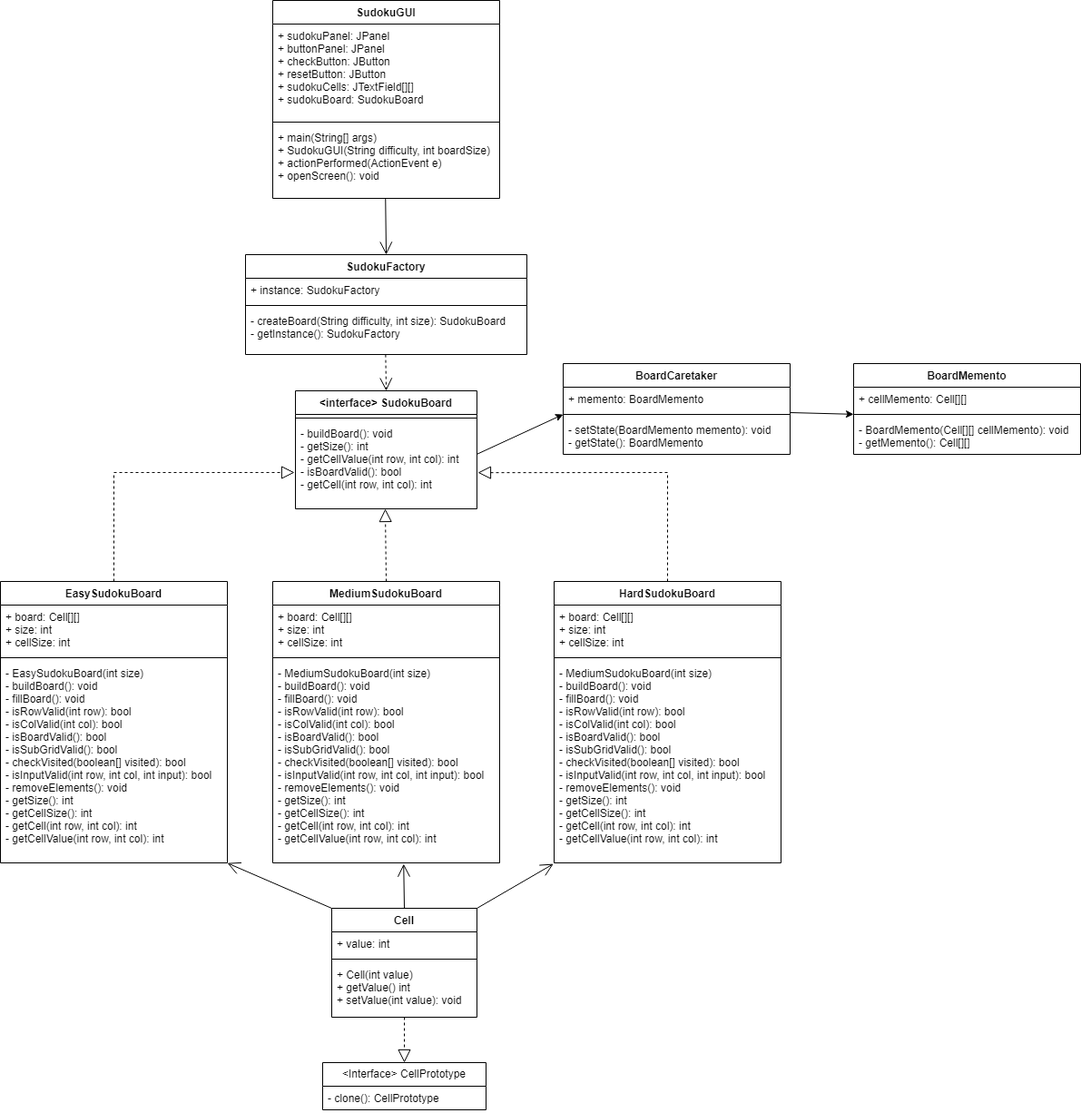
BrendanD7/Sudoku-DesignPatterns keeps this draw.io diagram as data/Memento-UML.png. Above is the earlier version. Source tidied: cells renumbered, new cells last; positions are measured from the earlier drawing's top-left corner, leaving out a move shared by most shapes.
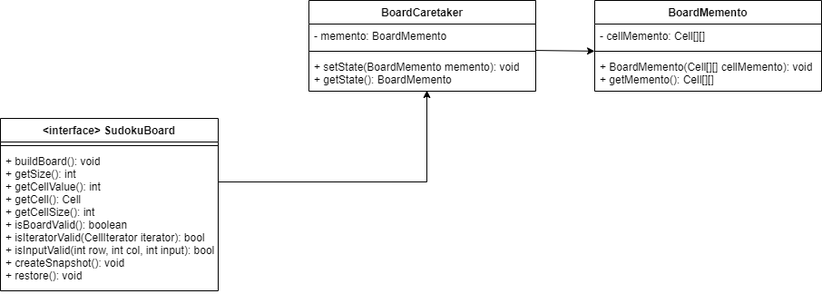
Above is the later version.

The edit, as a diff of the source:
```diff
@@ -2,165 +2,48 @@
   <root>
     <mxCell id="0" />
     <mxCell id="1" parent="0" />
-    <mxCell id="2" value="EasySudokuBoard" style="swimlane;fontStyle=1;align=center;verticalAlign=top;horizontal=1;startSize=26;" parent="1" vertex="1">
-      <mxGeometry y="640" width="250" height="310" as="geometry" />
-    </mxCell>
-    <mxCell id="3" value="+ board: Cell[][]&#10;+ size: int&#10;+ cellSize: int" style="text;strokeColor=none;fillColor=none;align=left;verticalAlign=top;spacingLeft=4;spacingRight=4;overflow=hidden;" parent="2" vertex="1">
-      <mxGeometry y="26" width="250" height="54" as="geometry" />
-    </mxCell>
-    <mxCell id="4" style="line;strokeWidth=1;fillColor=none;align=left;verticalAlign=middle;spacingTop=-1;spacingLeft=3;spacingRight=3;labelPosition=right;strokeColor=inherit;" parent="2" vertex="1">
-      <mxGeometry y="80" width="250" height="8" as="geometry" />
-    </mxCell>
-    <mxCell id="5" value="- EasySudokuBoard(int size)&#10;- buildBoard(): void&#10;- fillBoard(): void&#10;- isRowValid(int row): bool&#10;- isColValid(int col): bool&#10;- isBoardValid(): bool&#10;- isSubGridValid(): bool&#10;- checkVisited(boolean[] visited): bool&#10;- isInputValid(int row, int col, int input): bool&#10;- removeElements(): void&#10;- getSize(): int&#10;- getCellSize(): int&#10;- getCell(int row, int col): int&#10;- getCellValue(int row, int col): int&#10;" style="text;strokeColor=none;fillColor=none;align=left;verticalAlign=top;spacingLeft=4;spacingRight=4;overflow=hidden;points=[[0,0.5],[1,0.5]];portConstraint=eastwest;" parent="2" vertex="1">
-      <mxGeometry y="88" width="250" height="222" as="geometry" />
-    </mxCell>
-    <mxCell id="6" value="MediumSudokuBoard" style="swimlane;fontStyle=1;align=center;verticalAlign=top;horizontal=1;startSize=26;" parent="1" vertex="1">
-      <mxGeometry x="300" y="640" width="250" height="310" as="geometry" />
-    </mxCell>
-    <mxCell id="7" value="+ board: Cell[][]&#10;+ size: int&#10;+ cellSize: int" style="text;strokeColor=none;fillColor=none;align=left;verticalAlign=top;spacingLeft=4;spacingRight=4;overflow=hidden;" parent="6" vertex="1">
-      <mxGeometry y="26" width="250" height="54" as="geometry" />
-    </mxCell>
-    <mxCell id="8" style="line;strokeWidth=1;fillColor=none;align=left;verticalAlign=middle;spacingTop=-1;spacingLeft=3;spacingRight=3;labelPosition=right;strokeColor=inherit;" parent="6" vertex="1">
-      <mxGeometry y="80" width="250" height="8" as="geometry" />
-    </mxCell>
-    <mxCell id="9" value="- MediumSudokuBoard(int size)&#10;- buildBoard(): void&#10;- fillBoard(): void&#10;- isRowValid(int row): bool&#10;- isColValid(int col): bool&#10;- isBoardValid(): bool&#10;- isSubGridValid(): bool&#10;- checkVisited(boolean[] visited): bool&#10;- isInputValid(int row, int col, int input): bool&#10;- removeElements(): void&#10;- getSize(): int&#10;- getCellSize(): int&#10;- getCell(int row, int col): int&#10;- getCellValue(int row, int col): int&#10;" style="text;strokeColor=none;fillColor=none;align=left;verticalAlign=top;spacingLeft=4;spacingRight=4;overflow=hidden;points=[[0,0.5],[1,0.5]];portConstraint=eastwest;" parent="6" vertex="1">
-      <mxGeometry y="88" width="250" height="222" as="geometry" />
-    </mxCell>
-    <mxCell id="10" value="HardSudokuBoard" style="swimlane;fontStyle=1;align=center;verticalAlign=top;horizontal=1;startSize=26;" parent="1" vertex="1">
-      <mxGeometry x="610" y="640" width="250" height="310" as="geometry" />
-    </mxCell>
-    <mxCell id="11" value="+ board: Cell[][]&#10;+ size: int&#10;+ cellSize: int" style="text;strokeColor=none;fillColor=none;align=left;verticalAlign=top;spacingLeft=4;spacingRight=4;overflow=hidden;" parent="10" vertex="1">
-      <mxGeometry y="26" width="250" height="54" as="geometry" />
-    </mxCell>
-    <mxCell id="12" style="line;strokeWidth=1;fillColor=none;align=left;verticalAlign=middle;spacingTop=-1;spacingLeft=3;spacingRight=3;labelPosition=right;strokeColor=inherit;" parent="10" vertex="1">
-      <mxGeometry y="80" width="250" height="8" as="geometry" />
-    </mxCell>
-    <mxCell id="13" value="- MediumSudokuBoard(int size)&#10;- buildBoard(): void&#10;- fillBoard(): void&#10;- isRowValid(int row): bool&#10;- isColValid(int col): bool&#10;- isBoardValid(): bool&#10;- isSubGridValid(): bool&#10;- checkVisited(boolean[] visited): bool&#10;- isInputValid(int row, int col, int input): bool&#10;- removeElements(): void&#10;- getSize(): int&#10;- getCellSize(): int&#10;- getCell(int row, int col): int&#10;- getCellValue(int row, int col): int&#10;" style="text;strokeColor=none;fillColor=none;align=left;verticalAlign=top;spacingLeft=4;spacingRight=4;overflow=hidden;points=[[0,0.5],[1,0.5]];portConstraint=eastwest;" parent="10" vertex="1">
-      <mxGeometry y="88" width="250" height="222" as="geometry" />
-    </mxCell>
     <mxCell id="14" value="&lt;interface&gt; SudokuBoard" style="swimlane;fontStyle=1;align=center;verticalAlign=top;horizontal=1;startSize=26;" parent="1" vertex="1">
-      <mxGeometry x="325" y="430" width="200" height="130" as="geometry" />
+      <mxGeometry x="670" y="-330" width="240" height="190" as="geometry" />
     </mxCell>
-    <mxCell id="15" style="line;strokeWidth=1;fillColor=none;align=left;verticalAlign=middle;spacingTop=-1;spacingLeft=3;spacingRight=3;labelPosition=right;strokeColor=inherit;" parent="14" vertex="1">
-      <mxGeometry y="26" width="200" height="8" as="geometry" />
-    </mxCell>
-    <mxCell id="16" value="- buildBoard(): void&#10;- getSize(): int&#10;- getCellValue(int row, int col): int&#10;- isBoardValid(): bool&#10;- getCell(int row, int col): int" style="text;strokeColor=none;fillColor=none;align=left;verticalAlign=top;spacingLeft=4;spacingRight=4;overflow=hidden;points=[[0,0.5],[1,0.5]];portConstraint=eastwest;" parent="14" vertex="1">
-      <mxGeometry y="34" width="200" height="96" as="geometry" />
-    </mxCell>
-    <mxCell id="17" value="Cell" style="swimlane;fontStyle=1;align=center;verticalAlign=top;horizontal=1;startSize=26;" parent="1" vertex="1">
-      <mxGeometry x="365" y="1000" width="160" height="120" as="geometry" />
-    </mxCell>
-    <mxCell id="18" value="+ value: int" style="text;strokeColor=none;fillColor=none;align=left;verticalAlign=top;spacingLeft=4;spacingRight=4;overflow=hidden;" parent="17" vertex="1">
-      <mxGeometry y="26" width="160" height="26" as="geometry" />
-    </mxCell>
-    <mxCell id="19" style="line;strokeWidth=1;fillColor=none;align=left;verticalAlign=middle;spacingTop=-1;spacingLeft=3;spacingRight=3;labelPosition=right;strokeColor=inherit;" parent="17" vertex="1">
-      <mxGeometry y="52" width="160" height="8" as="geometry" />
-    </mxCell>
-    <mxCell id="20" value="+ Cell(int value)&#10;+ getValue() int&#10;+ setValue(int value): void" style="text;strokeColor=none;fillColor=none;align=left;verticalAlign=top;spacingLeft=4;spacingRight=4;overflow=hidden;" parent="17" vertex="1">
-      <mxGeometry y="60" width="160" height="60" as="geometry" />
-    </mxCell>
-    <mxCell id="21" value="SudokuGUI" style="swimlane;fontStyle=1;align=center;verticalAlign=top;horizontal=1;startSize=26;" parent="1" vertex="1">
-      <mxGeometry x="300" width="250" height="218" as="geometry" />
-    </mxCell>
-    <mxCell id="22" value="+ sudokuPanel: JPanel&#10;+ buttonPanel: JPanel&#10;+ checkButton: JButton&#10;+ resetButton: JButton&#10;+ sudokuCells: JTextField[][]&#10;+ sudokuBoard: SudokuBoard" style="text;strokeColor=none;fillColor=none;align=left;verticalAlign=top;spacingLeft=4;spacingRight=4;overflow=hidden;" parent="21" vertex="1">
-      <mxGeometry y="26" width="250" height="104" as="geometry" />
-    </mxCell>
-    <mxCell id="23" style="line;strokeWidth=1;fillColor=none;align=left;verticalAlign=middle;spacingTop=-1;spacingLeft=3;spacingRight=3;labelPosition=right;strokeColor=inherit;" parent="21" vertex="1">
-      <mxGeometry y="130" width="250" height="8" as="geometry" />
-    </mxCell>
-    <mxCell id="24" value="+ main(String[] args)&#10;+ SudokuGUI(String difficulty, int boardSize)&#10;+ actionPerformed(ActionEvent e)&#10;+ openScreen(): void" style="text;strokeColor=none;fillColor=none;align=left;verticalAlign=top;spacingLeft=4;spacingRight=4;overflow=hidden;points=[[0,0.5],[1,0.5]];portConstraint=eastwest;" parent="21" vertex="1">
-      <mxGeometry y="138" width="250" height="80" as="geometry" />
-    </mxCell>
-    <mxCell id="25" style="endArrow=block;dashed=1;endFill=0;endSize=12;html=1;rounded=0;entryX=0.495;entryY=1;entryDx=0;entryDy=0;entryPerimeter=0;exitX=0.5;exitY=0;exitDx=0;exitDy=0;" parent="1" edge="1" source="6" target="16">
-      <mxGeometry relative="1" as="geometry" />
-    </mxCell>
-    <mxCell id="26" style="endArrow=block;dashed=1;endFill=0;endSize=12;html=1;rounded=0;exitX=0.5;exitY=0;exitDx=0;exitDy=0;entryX=1.005;entryY=0.585;entryDx=0;entryDy=0;entryPerimeter=0;" parent="1" edge="1" source="10" target="16">
-      <mxGeometry relative="1" as="geometry">
-        <Array as="points">
-          <mxPoint x="735" y="520" />
-        </Array>
-      </mxGeometry>
-    </mxCell>
-    <mxCell id="27" style="endArrow=block;dashed=1;endFill=0;endSize=12;html=1;rounded=0;entryX=-0.005;entryY=0.583;entryDx=0;entryDy=0;exitX=0.5;exitY=0;exitDx=0;exitDy=0;entryPerimeter=0;" parent="1" edge="1" source="2" target="16">
-      <mxGeometry relative="1" as="geometry">
-        <Array as="points">
-          <mxPoint x="125" y="520" />
-        </Array>
-      </mxGeometry>
-    </mxCell>
-    <mxCell id="28" style="endArrow=open;endSize=12;dashed=1;html=1;rounded=0;exitX=0.498;exitY=1.003;exitDx=0;exitDy=0;exitPerimeter=0;entryX=0.5;entryY=0;entryDx=0;entryDy=0;" parent="1" edge="1" source="36" target="14">
-      <mxGeometry relative="1" as="geometry" />
-    </mxCell>
-    <mxCell id="29" style="endArrow=open;endFill=1;endSize=12;html=1;rounded=0;exitX=0.497;exitY=1.003;exitDx=0;exitDy=0;exitPerimeter=0;entryX=0.5;entryY=0;entryDx=0;entryDy=0;" parent="1" edge="1" source="24">
-      <mxGeometry relative="1" as="geometry">
-        <mxPoint x="425" y="280" as="targetPoint" />
-      </mxGeometry>
-    </mxCell>
-    <mxCell id="30" style="endArrow=open;endFill=1;endSize=12;html=1;rounded=0;exitX=0;exitY=0;exitDx=0;exitDy=0;entryX=1;entryY=1.001;entryDx=0;entryDy=0;entryPerimeter=0;" parent="1" edge="1" source="17" target="5">
-      <mxGeometry relative="1" as="geometry" />
-    </mxCell>
-    <mxCell id="31" style="endArrow=open;endFill=1;endSize=12;html=1;rounded=0;exitX=0.5;exitY=0;exitDx=0;exitDy=0;entryX=0.577;entryY=1.005;entryDx=0;entryDy=0;entryPerimeter=0;" parent="1" edge="1" source="17" target="9">
-      <mxGeometry relative="1" as="geometry" />
-    </mxCell>
-    <mxCell id="32" style="endArrow=open;endFill=1;endSize=12;html=1;rounded=0;exitX=1;exitY=0;exitDx=0;exitDy=0;entryX=-0.003;entryY=1.005;entryDx=0;entryDy=0;entryPerimeter=0;" parent="1" edge="1" source="17" target="13">
-      <mxGeometry relative="1" as="geometry" />
-    </mxCell>
-    <mxCell id="33" value="SudokuFactory" style="swimlane;fontStyle=1;align=center;verticalAlign=top;horizontal=1;startSize=26;" parent="1" vertex="1">
-      <mxGeometry x="270" y="280" width="310" height="110" as="geometry" />
-    </mxCell>
-    <mxCell id="34" value="+ instance: SudokuFactory" style="text;strokeColor=none;fillColor=none;align=left;verticalAlign=top;spacingLeft=4;spacingRight=4;overflow=hidden;" parent="33" vertex="1">
-      <mxGeometry y="26" width="310" height="26" as="geometry" />
-    </mxCell>
-    <mxCell id="35" style="line;strokeWidth=1;fillColor=none;align=left;verticalAlign=middle;spacingTop=-1;spacingLeft=3;spacingRight=3;labelPosition=right;strokeColor=inherit;" parent="33" vertex="1">
-      <mxGeometry y="52" width="310" height="8" as="geometry" />
-    </mxCell>
-    <mxCell id="36" value="- createBoard(String difficulty, int size): SudokuBoard&#10;- getInstance(): SudokuFactory&#10;" style="text;strokeColor=none;fillColor=none;align=left;verticalAlign=top;spacingLeft=4;spacingRight=4;overflow=hidden;points=[[0,0.5],[1,0.5]];portConstraint=eastwest;" parent="33" vertex="1">
-      <mxGeometry y="60" width="310" height="50" as="geometry" />
-    </mxCell>
-    <mxCell id="37" value="&amp;lt;Interface&amp;gt; CellPrototype" style="swimlane;fontStyle=0;horizontal=1;startSize=26;fillColor=none;whiteSpace=wrap;html=1;" parent="1" vertex="1">
-      <mxGeometry x="355" y="1170" width="180" height="52" as="geometry" />
-    </mxCell>
-    <mxCell id="38" value="- clone(): CellPrototype" style="text;strokeColor=none;fillColor=none;align=left;verticalAlign=top;spacingLeft=4;spacingRight=4;overflow=hidden;whiteSpace=wrap;html=1;" parent="37" vertex="1">
-      <mxGeometry y="26" width="180" height="26" as="geometry" />
-    </mxCell>
-    <mxCell id="39" style="endArrow=block;dashed=1;endFill=0;endSize=12;html=1;rounded=0;entryX=0.5;entryY=0;entryDx=0;entryDy=0;" parent="1" edge="1" target="37">
-      <mxGeometry relative="1" as="geometry">
-        <mxPoint x="445" y="1120" as="sourcePoint" />
-      </mxGeometry>
-    </mxCell>
+    <mxCell id="50" style="line;strokeWidth=1;fillColor=none;align=left;verticalAlign=middle;spacingTop=-1;spacingLeft=3;spacingRight=3;labelPosition=right;strokeColor=inherit;" parent="14" vertex="1">
+      <mxGeometry y="26" width="240" height="8" as="geometry" />
+    </mxCell>
+    <mxCell id="51" value="+ buildBoard(): void&#10;+ getSize(): int&#10;+ getCellValue(): int&#10;+ getCell(): Cell&#10;+ getCellSize(): int&#10;+ isBoardValid(): boolean&#10;+ isIteratorValid(CellIterator iterator): bool&#10;+ isInputValid(int row, int col, int input): bool&#10;+ createSnapshot(): void&#10;+ restore(): void " style="text;strokeColor=none;fillColor=none;align=left;verticalAlign=top;spacingLeft=4;spacingRight=4;overflow=hidden;points=[[0,0.5],[1,0.5]];portConstraint=eastwest;" parent="14" vertex="1">
+      <mxGeometry y="34" width="240" height="156" as="geometry" />
+    </mxCell>
     <mxCell id="40" value="BoardCaretaker" style="swimlane;fontStyle=1;align=center;verticalAlign=top;horizontal=1;startSize=26;whiteSpace=wrap;html=1;" parent="1" vertex="1">
-      <mxGeometry x="620" y="400" width="250" height="100" as="geometry" />
+      <mxGeometry x="1010" y="-460" width="250" height="100" as="geometry" />
     </mxCell>
-    <mxCell id="41" value="+ memento: BoardMemento" style="text;strokeColor=none;fillColor=none;align=left;verticalAlign=top;spacingLeft=4;spacingRight=4;overflow=hidden;whiteSpace=wrap;html=1;" parent="40" vertex="1">
-      <mxGeometry y="26" width="250" height="26" as="geometry" />
-    </mxCell>
-    <mxCell id="42" style="line;strokeWidth=1;fillColor=none;align=left;verticalAlign=middle;spacingTop=-1;spacingLeft=3;spacingRight=3;labelPosition=right;strokeColor=inherit;" parent="40" vertex="1">
-      <mxGeometry y="52" width="250" height="8" as="geometry" />
-    </mxCell>
-    <mxCell id="43" value="- setState(BoardMemento memento): void&lt;br&gt;- getState(): BoardMemento" style="text;strokeColor=none;fillColor=none;align=left;verticalAlign=top;spacingLeft=4;spacingRight=4;overflow=hidden;whiteSpace=wrap;html=1;" parent="40" vertex="1">
-      <mxGeometry y="60" width="250" height="40" as="geometry" />
-    </mxCell>
+    <mxCell id="52" value="- memento: BoardMemento" style="text;strokeColor=none;fillColor=none;align=left;verticalAlign=top;spacingLeft=4;spacingRight=4;overflow=hidden;points=[[0,0.5],[1,0.5]];portConstraint=eastwest;whiteSpace=wrap;html=1;" parent="40" vertex="1">
+      <mxGeometry y="26" width="250" height="26" as="geometry" />
+    </mxCell>
+    <mxCell id="53" style="line;strokeWidth=1;fillColor=none;align=left;verticalAlign=middle;spacingTop=-1;spacingLeft=3;spacingRight=3;labelPosition=right;strokeColor=inherit;" parent="40" vertex="1">
+      <mxGeometry y="52" width="250" height="8" as="geometry" />
+    </mxCell>
+    <mxCell id="54" value="+ setState(BoardMemento memento): void&lt;br&gt;+ getState(): BoardMemento" style="text;strokeColor=none;fillColor=none;align=left;verticalAlign=top;spacingLeft=4;spacingRight=4;overflow=hidden;points=[[0,0.5],[1,0.5]];portConstraint=eastwest;whiteSpace=wrap;html=1;" parent="40" vertex="1">
+      <mxGeometry y="60" width="250" height="40" as="geometry" />
+    </mxCell>
     <mxCell id="44" value="BoardMemento" style="swimlane;fontStyle=1;align=center;verticalAlign=top;horizontal=1;startSize=26;whiteSpace=wrap;html=1;" parent="1" vertex="1">
-      <mxGeometry x="940" y="400" width="250" height="100" as="geometry" />
+      <mxGeometry x="1325" y="-460" width="250" height="100" as="geometry" />
     </mxCell>
-    <mxCell id="45" value="+ cellMemento: Cell[][]" style="text;strokeColor=none;fillColor=none;align=left;verticalAlign=top;spacingLeft=4;spacingRight=4;overflow=hidden;whiteSpace=wrap;html=1;" parent="44" vertex="1">
-      <mxGeometry y="26" width="250" height="26" as="geometry" />
-    </mxCell>
-    <mxCell id="46" style="line;strokeWidth=1;fillColor=none;align=left;verticalAlign=middle;spacingTop=-1;spacingLeft=3;spacingRight=3;labelPosition=right;points=[];portConstraint=eastwest;strokeColor=inherit;" parent="44" vertex="1">
-      <mxGeometry y="52" width="250" height="8" as="geometry" />
-    </mxCell>
-    <mxCell id="47" value="- BoardMemento(Cell[][] cellMemento): void&lt;br&gt;- getMemento(): Cell[][]&lt;br&gt;" style="text;strokeColor=none;fillColor=none;align=left;verticalAlign=top;spacingLeft=4;spacingRight=4;overflow=hidden;whiteSpace=wrap;html=1;" parent="44" vertex="1">
-      <mxGeometry y="60" width="250" height="40" as="geometry" />
-    </mxCell>
-    <mxCell id="48" style="endArrow=classic;html=1;rounded=0;exitX=0.998;exitY=0.375;exitDx=0;exitDy=0;exitPerimeter=0;" parent="1" edge="1" source="16">
-      <mxGeometry relative="1" as="geometry">
-        <mxPoint x="620" y="456" as="targetPoint" />
-      </mxGeometry>
-    </mxCell>
-    <mxCell id="49" style="endArrow=classic;html=1;rounded=0;exitX=0.998;exitY=0.375;exitDx=0;exitDy=0;exitPerimeter=0;entryX=0;entryY=0.481;entryDx=0;entryDy=0;entryPerimeter=0;" parent="1" edge="1" target="46">
-      <mxGeometry relative="1" as="geometry">
-        <mxPoint x="870" y="454" as="sourcePoint" />
-      </mxGeometry>
-    </mxCell>
+    <mxCell id="55" value="- cellMemento: Cell[][]" style="text;strokeColor=none;fillColor=none;align=left;verticalAlign=top;spacingLeft=4;spacingRight=4;overflow=hidden;whiteSpace=wrap;html=1;" parent="44" vertex="1">
+      <mxGeometry y="26" width="250" height="26" as="geometry" />
+    </mxCell>
+    <mxCell id="56" style="line;strokeWidth=1;fillColor=none;align=left;verticalAlign=middle;spacingTop=-1;spacingLeft=3;spacingRight=3;labelPosition=right;points=[];portConstraint=eastwest;strokeColor=inherit;" parent="44" vertex="1">
+      <mxGeometry y="52" width="250" height="8" as="geometry" />
+    </mxCell>
+    <mxCell id="57" value="+ BoardMemento(Cell[][] cellMemento): void&lt;br&gt;+ getMemento(): Cell[][]" style="text;strokeColor=none;fillColor=none;align=left;verticalAlign=top;spacingLeft=4;spacingRight=4;overflow=hidden;whiteSpace=wrap;html=1;" parent="44" vertex="1">
+      <mxGeometry y="60" width="250" height="40" as="geometry" />
+    </mxCell>
+    <mxCell id="58" style="endArrow=classic;html=1;rounded=0;exitX=0.999;exitY=0.231;exitDx=0;exitDy=0;exitPerimeter=0;entryX=0.52;entryY=0.977;entryDx=0;entryDy=0;entryPerimeter=0;" parent="1" edge="1" source="51" target="54">
+      <mxGeometry relative="1" as="geometry">
+        <Array as="points">
+          <mxPoint x="1140" y="-260" />
+        </Array>
+      </mxGeometry>
+    </mxCell>
+    <mxCell id="59" style="endArrow=classic;html=1;rounded=0;exitX=0.998;exitY=1.118;exitDx=0;exitDy=0;entryX=0;entryY=0.481;entryDx=0;entryDy=0;entryPerimeter=0;exitPerimeter=0;" parent="1" edge="1" source="52" target="56">
+      <mxGeometry relative="1" as="geometry" />
+    </mxCell>
   </root>
 </mxGraphModel>
```
